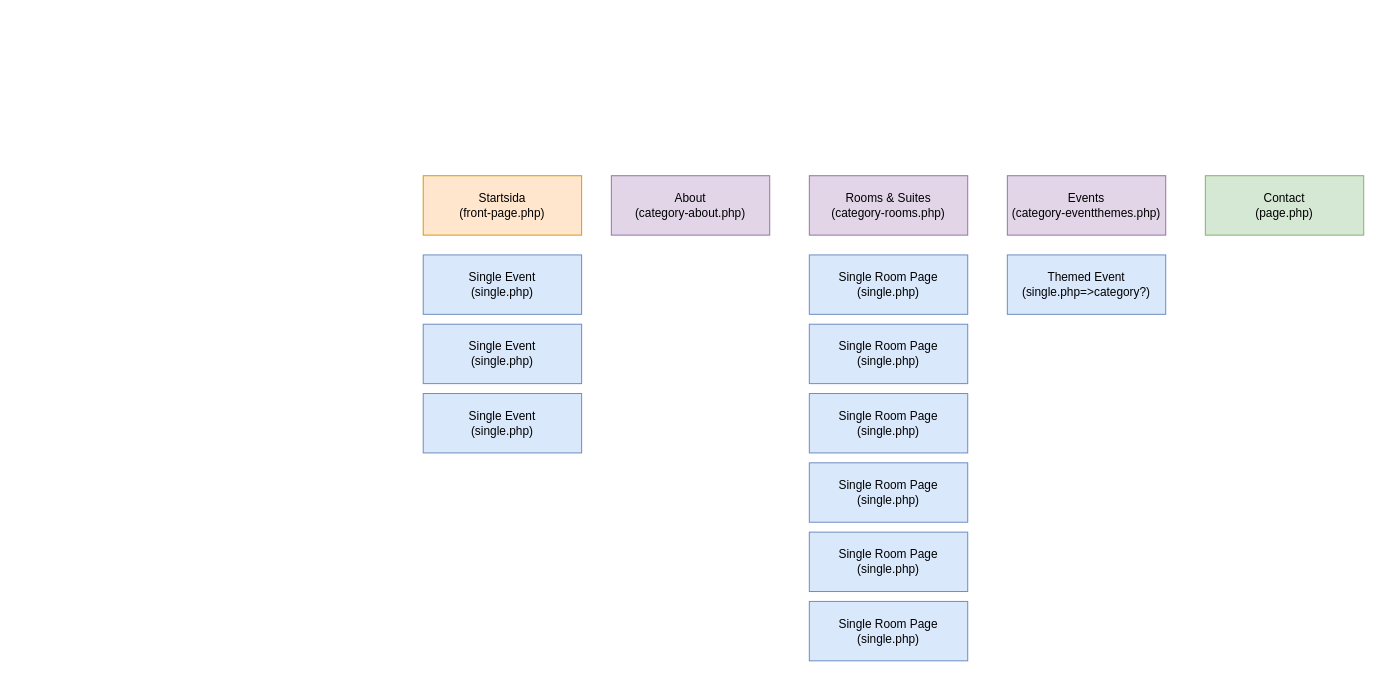
Earlier version of the draw.io diagram sitemap.drawio (moaberglund/mozzafiato). Source tidied: cells renumbered, new cells numbered last; positions are measured from the earlier drawing's top-left corner, leaving out a move shared by most shapes. Both pictures are drawn from the tidied source at 99%, with x=0, y=0 at pixel (423, 175).
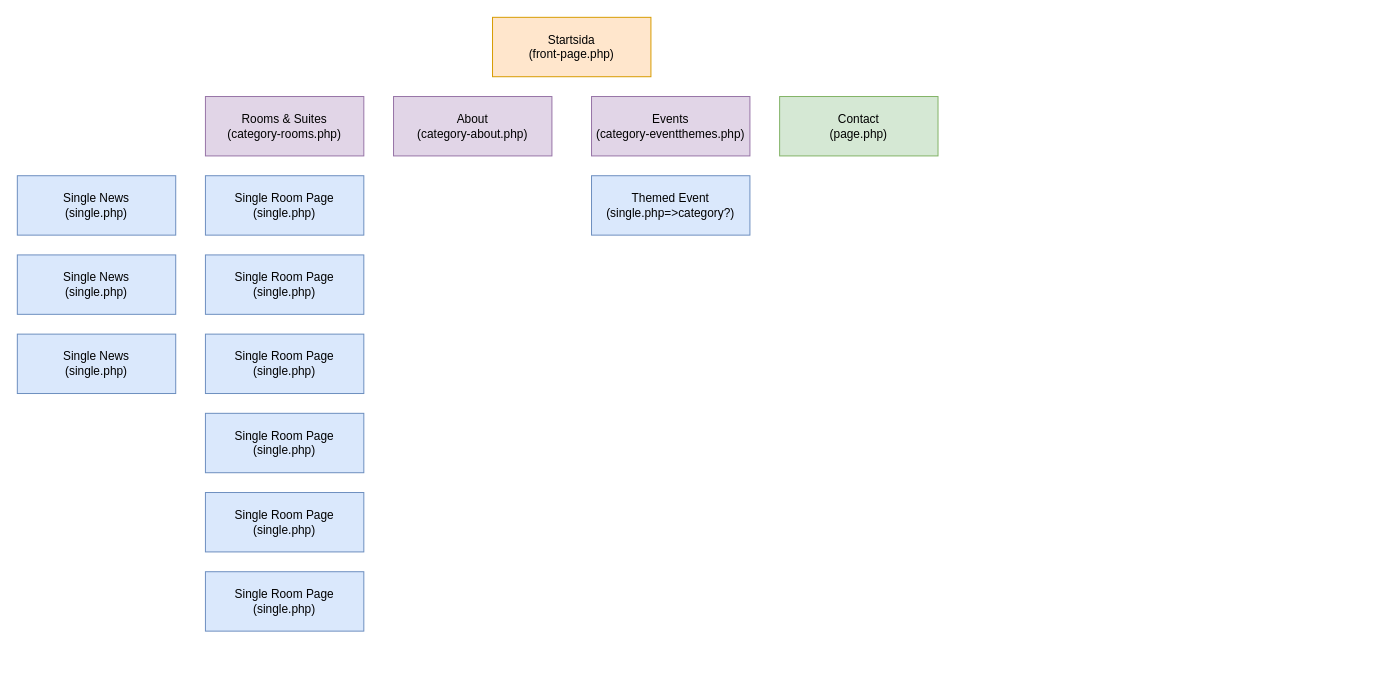
Above is the later version.

Commit message (it also covers changes not shown here):
Event sida med underkategori fungerar nu efter ca 10h :'D

The edit, as a diff of the source:
```diff
@@
 <mxGraphModel>
   <root>
     <mxCell id="0" />
     <mxCell id="1" parent="0" />
     <mxCell id="2" value="Startsida&lt;br&gt;(front-page.php)" style="rounded=0;whiteSpace=wrap;html=1;fillColor=#ffe6cc;strokeColor=#d79b00;fontColor=#000000;" parent="1" vertex="1">
-      <mxGeometry width="160" height="60" as="geometry" />
+      <mxGeometry x="70" y="-160" width="160" height="60" as="geometry" />
     </mxCell>
     <mxCell id="3" value="About&lt;br&gt;(category-about.php)" style="rounded=0;whiteSpace=wrap;html=1;fillColor=#e1d5e7;strokeColor=#9673a6;fontColor=#000000;" parent="1" vertex="1">
-      <mxGeometry x="190" width="160" height="60" as="geometry" />
+      <mxGeometry x="-30" y="-80" width="160" height="60" as="geometry" />
     </mxCell>
     <mxCell id="4" value="Events&lt;br&gt;(category-eventthemes.php)" style="rounded=0;whiteSpace=wrap;html=1;fillColor=#e1d5e7;strokeColor=#9673a6;fontColor=#000000;" parent="1" vertex="1">
-      <mxGeometry x="590" width="160" height="60" as="geometry" />
+      <mxGeometry x="170" y="-80" width="160" height="60" as="geometry" />
     </mxCell>
     <mxCell id="5" value="Rooms &amp;amp; Suites&lt;br&gt;(category-rooms.php)" style="rounded=0;whiteSpace=wrap;html=1;fillColor=#e1d5e7;strokeColor=#9673a6;fontColor=#000000;" parent="1" vertex="1">
-      <mxGeometry x="390" width="160" height="60" as="geometry" />
+      <mxGeometry x="-220" y="-80" width="160" height="60" as="geometry" />
     </mxCell>
     <mxCell id="6" value="Contact&lt;br&gt;(page.php)" style="rounded=0;whiteSpace=wrap;html=1;fillColor=#d5e8d4;strokeColor=#82b366;fontColor=#000000;" parent="1" vertex="1">
-      <mxGeometry x="790" width="160" height="60" as="geometry" />
+      <mxGeometry x="360" y="-80" width="160" height="60" as="geometry" />
     </mxCell>
     <mxCell id="7" value="Single Room Page&lt;br&gt;(single.php)" style="rounded=0;whiteSpace=wrap;html=1;fillColor=#dae8fc;strokeColor=#6c8ebf;fontColor=#000000;" parent="1" vertex="1">
-      <mxGeometry x="390" y="80" width="160" height="60" as="geometry" />
+      <mxGeometry x="-220" width="160" height="60" as="geometry" />
     </mxCell>
     <mxCell id="8" value="Single Room Page&lt;br&gt;(single.php)" style="rounded=0;whiteSpace=wrap;html=1;fillColor=#dae8fc;strokeColor=#6c8ebf;fontColor=#000000;" parent="1" vertex="1">
-      <mxGeometry x="390" y="150" width="160" height="60" as="geometry" />
+      <mxGeometry x="-220" y="80" width="160" height="60" as="geometry" />
     </mxCell>
     <mxCell id="9" value="Single Room Page&lt;br&gt;(single.php)" style="rounded=0;whiteSpace=wrap;html=1;fillColor=#dae8fc;strokeColor=#6c8ebf;fontColor=#000000;" parent="1" vertex="1">
-      <mxGeometry x="390" y="220" width="160" height="60" as="geometry" />
+      <mxGeometry x="-220" y="160" width="160" height="60" as="geometry" />
     </mxCell>
     <mxCell id="10" value="Single Room Page&lt;br&gt;(single.php)" style="rounded=0;whiteSpace=wrap;html=1;fillColor=#dae8fc;strokeColor=#6c8ebf;fontColor=#000000;" parent="1" vertex="1">
-      <mxGeometry x="390" y="290" width="160" height="60" as="geometry" />
+      <mxGeometry x="-220" y="240" width="160" height="60" as="geometry" />
     </mxCell>
     <mxCell id="11" value="Single Room Page&lt;br&gt;(single.php)" style="rounded=0;whiteSpace=wrap;html=1;fillColor=#dae8fc;strokeColor=#6c8ebf;fontColor=#000000;" parent="1" vertex="1">
-      <mxGeometry x="390" y="360" width="160" height="60" as="geometry" />
+      <mxGeometry x="-220" y="320" width="160" height="60" as="geometry" />
     </mxCell>
     <mxCell id="12" value="Single Room Page&lt;br&gt;(single.php)" style="rounded=0;whiteSpace=wrap;html=1;fillColor=#dae8fc;strokeColor=#6c8ebf;fontColor=#000000;" parent="1" vertex="1">
-      <mxGeometry x="390" y="430" width="160" height="60" as="geometry" />
+      <mxGeometry x="-220" y="400" width="160" height="60" as="geometry" />
     </mxCell>
-    <mxCell id="13" value="Single Event&lt;br&gt;(single.php)" style="rounded=0;whiteSpace=wrap;html=1;fillColor=#dae8fc;strokeColor=#6c8ebf;fontColor=#000000;" parent="1" vertex="1">
-      <mxGeometry y="80" width="160" height="60" as="geometry" />
+    <mxCell id="13" value="Single News&lt;br&gt;(single.php)" style="rounded=0;whiteSpace=wrap;html=1;fillColor=#dae8fc;strokeColor=#6c8ebf;fontColor=#000000;" parent="1" vertex="1">
+      <mxGeometry x="-410" width="160" height="60" as="geometry" />
     </mxCell>
-    <mxCell id="14" value="Single Event&lt;br&gt;(single.php)" style="rounded=0;whiteSpace=wrap;html=1;fillColor=#dae8fc;strokeColor=#6c8ebf;fontColor=#000000;" parent="1" vertex="1">
-      <mxGeometry y="150" width="160" height="60" as="geometry" />
+    <mxCell id="14" value="Single News&lt;br&gt;(single.php)" style="rounded=0;whiteSpace=wrap;html=1;fillColor=#dae8fc;strokeColor=#6c8ebf;fontColor=#000000;" parent="1" vertex="1">
+      <mxGeometry x="-410" y="80" width="160" height="60" as="geometry" />
     </mxCell>
-    <mxCell id="15" value="Single Event&lt;br&gt;(single.php)" style="rounded=0;whiteSpace=wrap;html=1;fillColor=#dae8fc;strokeColor=#6c8ebf;fontColor=#000000;" parent="1" vertex="1">
-      <mxGeometry y="220" width="160" height="60" as="geometry" />
+    <mxCell id="15" value="Single News&lt;br&gt;(single.php)" style="rounded=0;whiteSpace=wrap;html=1;fillColor=#dae8fc;strokeColor=#6c8ebf;fontColor=#000000;" parent="1" vertex="1">
+      <mxGeometry x="-410" y="160" width="160" height="60" as="geometry" />
     </mxCell>
     <mxCell id="16" value="Themed Event&lt;br&gt;(single.php=&amp;gt;category?)" style="rounded=0;whiteSpace=wrap;html=1;fillColor=#dae8fc;strokeColor=#6c8ebf;fontColor=#000000;" parent="1" vertex="1">
-      <mxGeometry x="590" y="80" width="160" height="60" as="geometry" />
+      <mxGeometry x="170" width="160" height="60" as="geometry" />
     </mxCell>
   </root>
 </mxGraphModel>
```
